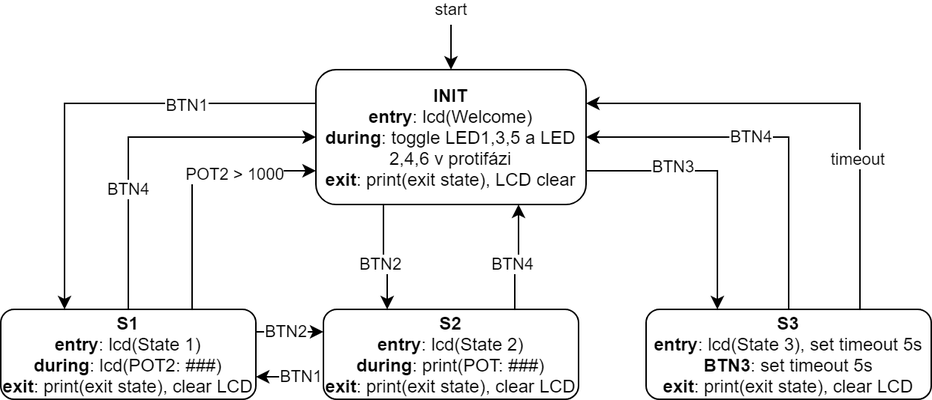
Earlier version of the draw.io export 02_cv_zadani/11_CV_FAQ/FSM_diagram_ukol.png (roborros/BUT-FME-REV). Source tidied: cells renumbered, new cells last; positions are measured from the earlier drawing's top-left corner, leaving out a move shared by most shapes.
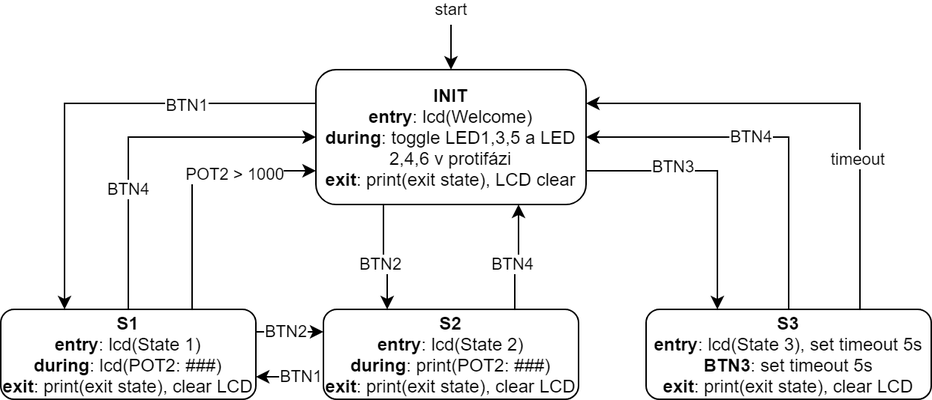
After the change.

Diff of the diagram source:
```diff
@@ -73,7 +73,7 @@
         <mxPoint y="-4.3" as="offset" />
       </mxGeometry>
     </mxCell>
-    <mxCell id="20" value="&lt;b&gt;S2&lt;br&gt;entry&lt;/b&gt;: lcd(State 2)&lt;br&gt;&lt;b&gt;during&lt;/b&gt;: print(POT: ###)&lt;br&gt;&lt;b&gt;exit&lt;/b&gt;: print(exit state), clear LCD" style="rounded=1;whiteSpace=wrap;html=1;" parent="1" vertex="1">
+    <mxCell id="20" value="&lt;b&gt;S2&lt;br&gt;entry&lt;/b&gt;: lcd(State 2)&lt;br&gt;&lt;b&gt;during&lt;/b&gt;: print(POT2: ###)&lt;br&gt;&lt;b&gt;exit&lt;/b&gt;: print(exit state), clear LCD" style="rounded=1;whiteSpace=wrap;html=1;" parent="1" vertex="1">
       <mxGeometry x="215" y="190" width="170" height="60" as="geometry" />
     </mxCell>
     <mxCell id="21" style="edgeStyle=orthogonalEdgeStyle;rounded=0;jettySize=auto;html=1;exitX=0.5;exitY=0;exitDx=0;exitDy=0;entryX=1;entryY=0.5;entryDx=0;entryDy=0;" parent="1" edge="1" source="25" target="8">
```
